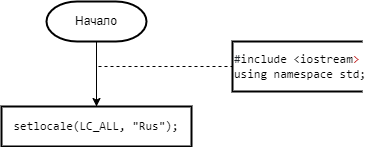
This is 2 Семестр/Labs/3 Лаба(Ханойские башни)/Ханойские башни.png from IlyaFedoseev227/LABS-PNRPU-IVT-22-1b, a draw.io export, as it was before one commit. Source tidied: cells renumbered, new cells last; positions are measured from the earlier drawing's top-left corner, leaving out a move shared by most shapes.
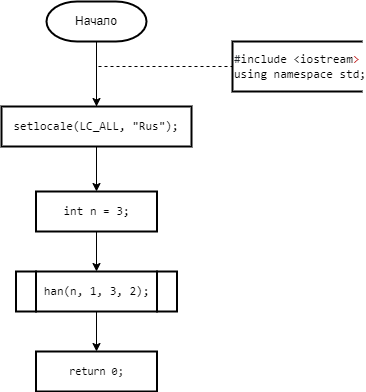
After the commit.

Diff of the diagram source:
```diff
@@ -14,8 +14,32 @@
     <mxCell id="5" value="&lt;span style=&quot;color: rgb(36, 41, 47); font-family: ui-monospace, SFMono-Regular, &amp;quot;SF Mono&amp;quot;, Menlo, Consolas, &amp;quot;Liberation Mono&amp;quot;, monospace; background-color: rgb(255, 255, 255);&quot;&gt;#&lt;/span&gt;&lt;span style=&quot;box-sizing: border-box; color: var(--color-prettylights-syntax-keyword); font-family: ui-monospace, SFMono-Regular, &amp;quot;SF Mono&amp;quot;, Menlo, Consolas, &amp;quot;Liberation Mono&amp;quot;, monospace; background-color: rgb(255, 255, 255);&quot; class=&quot;pl-k&quot;&gt;include&lt;/span&gt;&lt;span style=&quot;color: rgb(36, 41, 47); font-family: ui-monospace, SFMono-Regular, &amp;quot;SF Mono&amp;quot;, Menlo, Consolas, &amp;quot;Liberation Mono&amp;quot;, monospace; background-color: rgb(255, 255, 255);&quot;&gt; &lt;/span&gt;&lt;span style=&quot;box-sizing: border-box; background-color: rgb(255, 255, 255);&quot; class=&quot;pl-s&quot;&gt;&lt;span style=&quot;color: var(--color-prettylights-syntax-string); font-family: ui-monospace, SFMono-Regular, &amp;quot;SF Mono&amp;quot;, Menlo, Consolas, &amp;quot;Liberation Mono&amp;quot;, monospace; box-sizing: border-box;&quot; class=&quot;pl-pds&quot;&gt;&amp;lt;iostream&lt;/span&gt;&lt;span style=&quot;box-sizing: border-box;&quot; class=&quot;pl-pds&quot;&gt;&lt;font face=&quot;ui-monospace, SFMono-Regular, SF Mono, Menlo, Consolas, Liberation Mono, monospace&quot; color=&quot;rgba(0, 0, 0, 0)&quot;&gt;&amp;gt;&lt;/font&gt;&lt;br&gt;&lt;font face=&quot;ui-monospace, SFMono-Regular, SF Mono, Menlo, Consolas, Liberation Mono, monospace&quot;&gt;using namespace std;&lt;/font&gt;&lt;br&gt;&lt;/span&gt;&lt;/span&gt;" style="strokeWidth=2;html=1;shape=mxgraph.flowchart.annotation_1;align=left;" parent="1" vertex="1">
       <mxGeometry x="231" y="40" width="130" height="50" as="geometry" />
     </mxCell>
+    <mxCell id="7" style="edgeStyle=orthogonalEdgeStyle;rounded=0;jettySize=auto;html=1;exitX=0.5;exitY=1;exitDx=0;exitDy=0;" parent="1" edge="1" source="6" target="9">
+      <mxGeometry relative="1" as="geometry" />
+    </mxCell>
     <mxCell id="6" value="&lt;div style=&quot;text-align: start;&quot;&gt;&lt;font face=&quot;ui-monospace, SFMono-Regular, SF Mono, Menlo, Consolas, Liberation Mono, monospace&quot;&gt;setlocale(LC_ALL, &quot;Rus&quot;);&lt;/font&gt;&lt;br&gt;&lt;/div&gt;" style="shape=parallelogram;perimeter=parallelogramPerimeter;whiteSpace=wrap;html=1;fixedSize=1;strokeWidth=2;size=-6;" parent="1" vertex="1">
       <mxGeometry y="105" width="190" height="40" as="geometry" />
     </mxCell>
+    <mxCell id="8" style="edgeStyle=orthogonalEdgeStyle;rounded=0;jettySize=auto;html=1;exitX=0.5;exitY=1;exitDx=0;exitDy=0;entryX=0.5;entryY=0;entryDx=0;entryDy=0;" parent="1" edge="1" source="9" target="11">
+      <mxGeometry relative="1" as="geometry" />
+    </mxCell>
+    <mxCell id="9" value="&lt;div style=&quot;text-align: start;&quot;&gt;&lt;font face=&quot;ui-monospace, SFMono-Regular, SF Mono, Menlo, Consolas, Liberation Mono, monospace&quot;&gt;int n = 3;&lt;/font&gt;&lt;br&gt;&lt;/div&gt;" style="shape=parallelogram;perimeter=parallelogramPerimeter;whiteSpace=wrap;html=1;fixedSize=1;strokeWidth=2;size=-6;" parent="1" vertex="1">
+      <mxGeometry x="34.5" y="190" width="121" height="40" as="geometry" />
+    </mxCell>
+    <mxCell id="10" style="edgeStyle=orthogonalEdgeStyle;rounded=0;jettySize=auto;html=1;exitX=0.5;exitY=1;exitDx=0;exitDy=0;fontSize=11;" parent="1" edge="1" source="11" target="14">
+      <mxGeometry relative="1" as="geometry" />
+    </mxCell>
+    <mxCell id="11" value="&lt;div style=&quot;text-align: start;&quot;&gt;&lt;font face=&quot;ui-monospace, SFMono-Regular, SF Mono, Menlo, Consolas, Liberation Mono, monospace&quot;&gt;han(n, 1, 3, 2);&lt;/font&gt;&lt;br&gt;&lt;/div&gt;" style="shape=parallelogram;perimeter=parallelogramPerimeter;whiteSpace=wrap;html=1;fixedSize=1;strokeWidth=2;size=-6;" parent="1" vertex="1">
+      <mxGeometry x="34.5" y="270" width="121" height="40" as="geometry" />
+    </mxCell>
+    <mxCell id="12" value="&lt;div style=&quot;text-align: start;&quot;&gt;&lt;br&gt;&lt;/div&gt;" style="shape=parallelogram;perimeter=parallelogramPerimeter;whiteSpace=wrap;html=1;fixedSize=1;strokeWidth=2;size=-6;" parent="1" vertex="1">
+      <mxGeometry x="155.5" y="270" width="20" height="40" as="geometry" />
+    </mxCell>
+    <mxCell id="13" value="&lt;div style=&quot;text-align: start;&quot;&gt;&lt;br&gt;&lt;/div&gt;" style="shape=parallelogram;perimeter=parallelogramPerimeter;whiteSpace=wrap;html=1;fixedSize=1;strokeWidth=2;size=-6;" parent="1" vertex="1">
+      <mxGeometry x="14.5" y="270" width="20" height="40" as="geometry" />
+    </mxCell>
+    <mxCell id="14" value="&lt;div style=&quot;text-align: start;&quot;&gt;&lt;font face=&quot;ui-monospace, SFMono-Regular, SF Mono, Menlo, Consolas, Liberation Mono, monospace&quot;&gt;return 0;&lt;/font&gt;&lt;br&gt;&lt;/div&gt;" style="shape=parallelogram;perimeter=parallelogramPerimeter;whiteSpace=wrap;html=1;fixedSize=1;strokeWidth=2;size=-6;fontSize=11;" parent="1" vertex="1">
+      <mxGeometry x="34.5" y="350" width="121" height="40" as="geometry" />
+    </mxCell>
   </root>
 </mxGraphModel>
```
